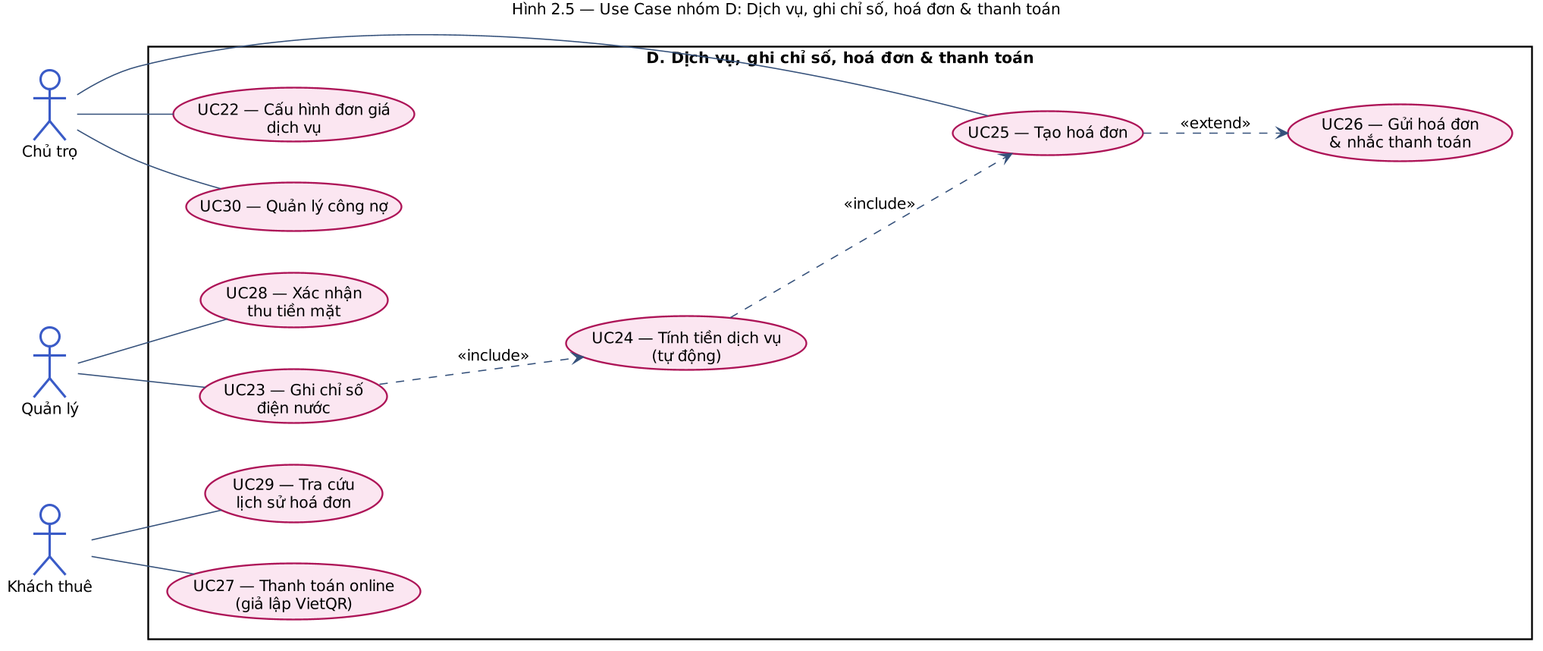
DiepTuHuy/Hostel_Management keeps this PlantUML diagram as docs/diagrams/png/2.05_uc_billing.png. Above is the earlier version.
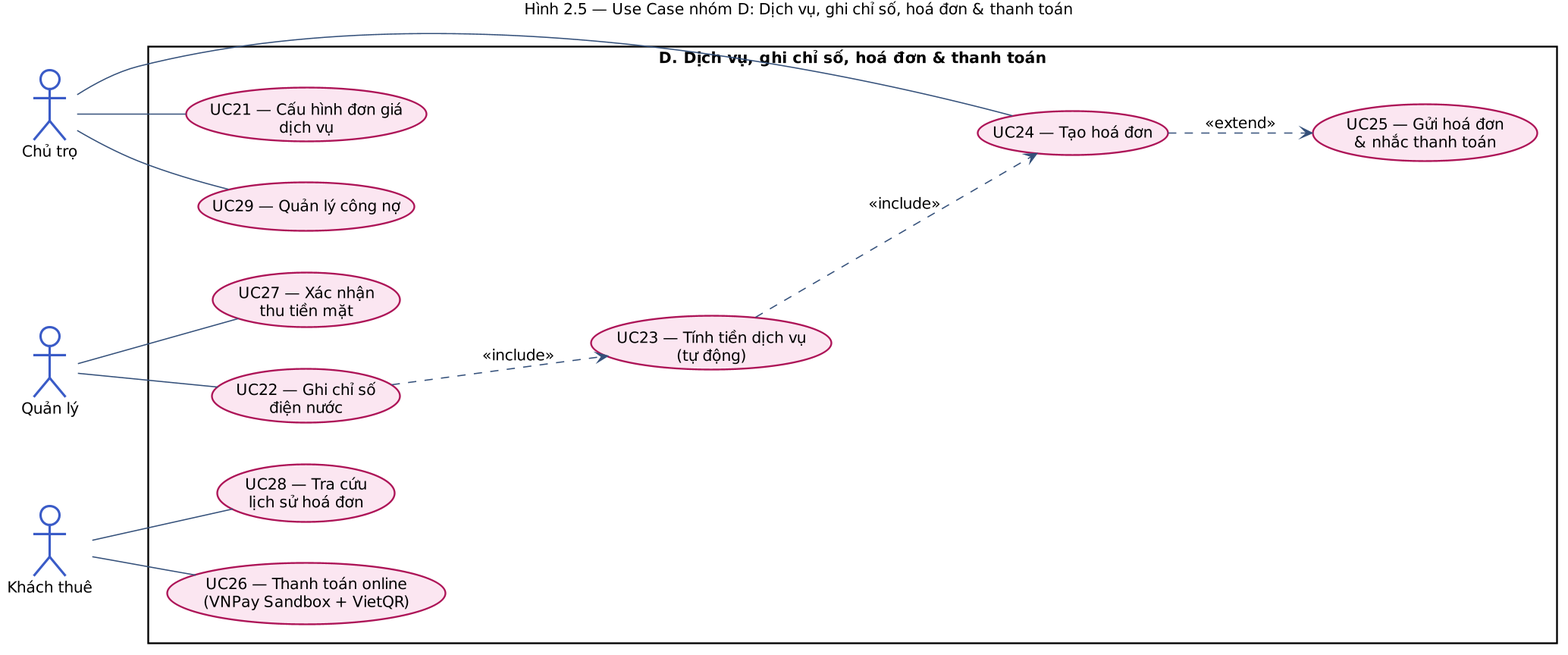
Above is the later version.

The edit, as a diff of the source:
```diff
@@ -22,15 +22,15 @@
 actor "Khách thuê"  as Tenant
 
 rectangle "D. Dịch vụ, ghi chỉ số, hoá đơn & thanh toán" {
-  usecase "UC22 — Cấu hình đơn giá\ndịch vụ"      as B1
-  usecase "UC23 — Ghi chỉ số\nđiện nước"          as B2
-  usecase "UC24 — Tính tiền dịch vụ\n(tự động)"   as B3
-  usecase "UC25 — Tạo hoá đơn"                    as B4
-  usecase "UC26 — Gửi hoá đơn\n& nhắc thanh toán" as B5
-  usecase "UC27 — Thanh toán online\n(giả lập VietQR)" as B6
-  usecase "UC28 — Xác nhận\nthu tiền mặt"         as B7
-  usecase "UC29 — Tra cứu\nlịch sử hoá đơn"       as B8
-  usecase "UC30 — Quản lý công nợ"                as B9
+  usecase "UC21 — Cấu hình đơn giá\ndịch vụ"      as B1
+  usecase "UC22 — Ghi chỉ số\nđiện nước"          as B2
+  usecase "UC23 — Tính tiền dịch vụ\n(tự động)"   as B3
+  usecase "UC24 — Tạo hoá đơn"                    as B4
+  usecase "UC25 — Gửi hoá đơn\n& nhắc thanh toán" as B5
+  usecase "UC26 — Thanh toán online\n(VNPay Sandbox + VietQR)" as B6
+  usecase "UC27 — Xác nhận\nthu tiền mặt"         as B7
+  usecase "UC28 — Tra cứu\nlịch sử hoá đơn"       as B8
+  usecase "UC29 — Quản lý công nợ"                as B9
 }
 
 Owner   -- B1
```
